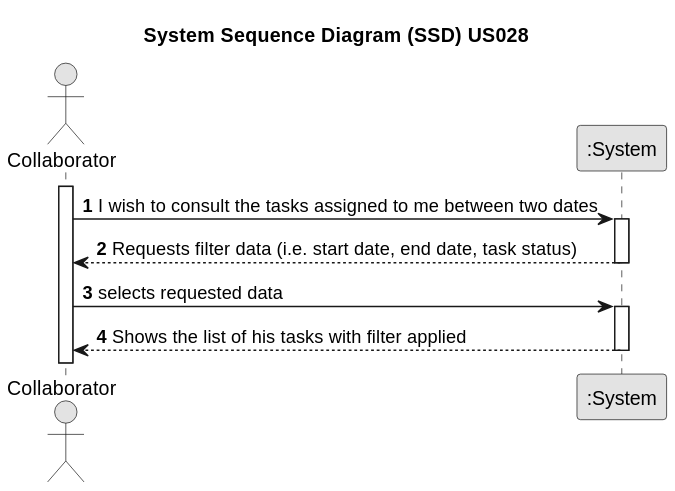
LopemigueISEP/lei-24-s2-1nb-g312 keeps this PlantUML diagram as docs/sprintC/US028/01.requirements-engineering/svg/us028-system-sequence-diagram.svg. Above is the earlier version. Source of this version:
```plantuml
@startuml
skinparam monochrome true
skinparam packageStyle rectangle
skinparam shadowing false

title System Sequence Diagram (SSD) US028

autonumber

actor "Collaborator" as ACTOR
participant ":System" as SYSTEM

activate ACTOR

ACTOR -> SYSTEM: I wish to consult the tasks assigned to me between two dates
activate SYSTEM
SYSTEM --> ACTOR: Requests filter data (i.e. start date, end date, task status)
deactivate SYSTEM

ACTOR -> SYSTEM: selects requested data
activate SYSTEM
SYSTEM --> ACTOR: Shows the list of his tasks with filter applied
deactivate SYSTEM
@enduml
```
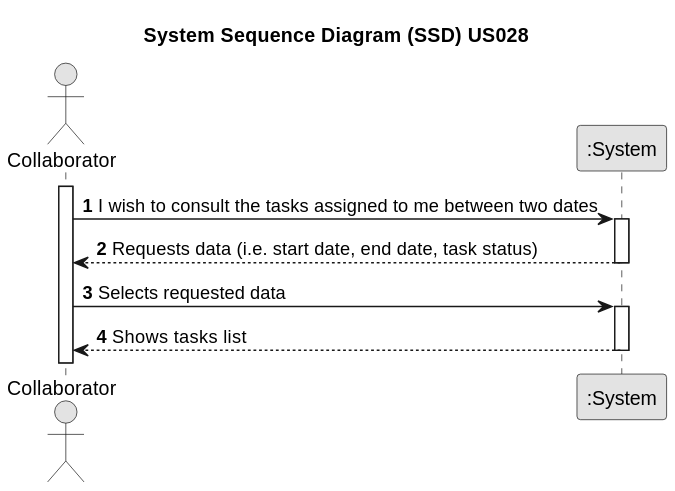
After the commit.

Change to the diagram source:
```diff
@@ -14,11 +14,11 @@
 
 ACTOR -> SYSTEM: I wish to consult the tasks assigned to me between two dates
 activate SYSTEM
-SYSTEM --> ACTOR: Requests filter data (i.e. start date, end date, task status)
+SYSTEM --> ACTOR: Requests data (i.e. start date, end date, task status)
 deactivate SYSTEM
 
-ACTOR -> SYSTEM: selects requested data
+ACTOR -> SYSTEM: Selects requested data
 activate SYSTEM
-SYSTEM --> ACTOR: Shows the list of his tasks with filter applied
+SYSTEM --> ACTOR: Shows tasks list
 deactivate SYSTEM
 @enduml
```
